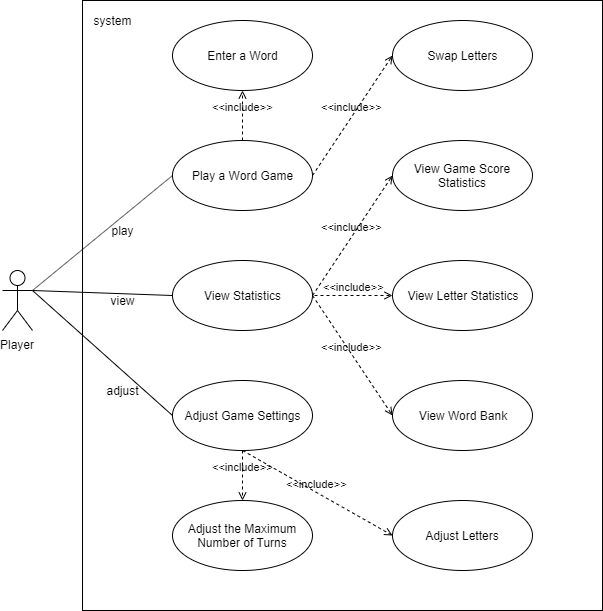
benipedia1994/WordWizardProject keeps this draw.io diagram as GroupProject/Docs/images/usecase.png. Above is the earlier version. Source tidied: cells renumbered, new cells last; positions are measured from the earlier drawing's top-left corner, leaving out a move shared by most shapes.
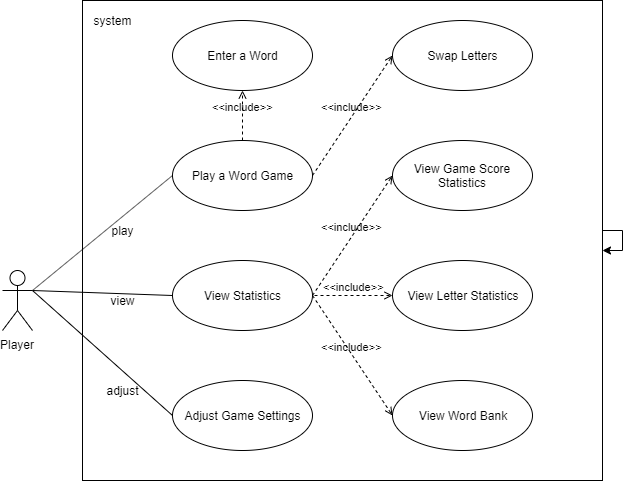
Above is the later version.

Commit message:
updated usecase.png to match the design

Change to the diagram source:
```diff
@@ -3,7 +3,7 @@
     <mxCell id="0" />
     <mxCell id="1" parent="0" />
     <mxCell id="2" style="rounded=0;whiteSpace=wrap;html=1;" parent="1" vertex="1">
-      <mxGeometry x="80" width="520" height="610" as="geometry" />
+      <mxGeometry x="80" width="520" height="480" as="geometry" />
     </mxCell>
     <mxCell id="3" value="Player" style="shape=umlActor;verticalLabelPosition=bottom;labelBackgroundColor=#ffffff;verticalAlign=top;html=1;outlineConnect=0;" parent="1" vertex="1">
       <mxGeometry y="270" width="30" height="60" as="geometry" />
@@ -55,18 +55,6 @@
     <mxCell id="18" value="Adjust Game Settings" style="ellipse;whiteSpace=wrap;html=1;" parent="1" vertex="1">
       <mxGeometry x="170" y="380" width="140" height="70" as="geometry" />
     </mxCell>
-    <mxCell id="19" value="Adjust the Maximum Number of Turns" style="ellipse;whiteSpace=wrap;html=1;" parent="1" vertex="1">
-      <mxGeometry x="170" y="500" width="140" height="70" as="geometry" />
-    </mxCell>
-    <mxCell id="20" value="Adjust Letters" style="ellipse;whiteSpace=wrap;html=1;" parent="1" vertex="1">
-      <mxGeometry x="390" y="500" width="140" height="70" as="geometry" />
-    </mxCell>
-    <mxCell id="21" value="&amp;lt;&amp;lt;include&amp;gt;&amp;gt;" style="edgeStyle=none;html=1;endArrow=open;verticalAlign=bottom;dashed=1;labelBackgroundColor=none;entryX=0;entryY=0.5;entryDx=0;entryDy=0;exitX=0.5;exitY=1;exitDx=0;exitDy=0;" parent="1" edge="1" source="18" target="20">
-      <mxGeometry relative="1" as="geometry" />
-    </mxCell>
-    <mxCell id="22" value="&amp;lt;&amp;lt;include&amp;gt;&amp;gt;" style="edgeStyle=none;html=1;endArrow=open;verticalAlign=bottom;dashed=1;labelBackgroundColor=none;exitX=0.5;exitY=1;exitDx=0;exitDy=0;" parent="1" edge="1" source="18" target="19">
-      <mxGeometry relative="1" as="geometry" />
-    </mxCell>
     <mxCell id="23" style="edgeStyle=none;html=1;endArrow=none;verticalAlign=bottom;entryX=0;entryY=0.5;entryDx=0;entryDy=0;" parent="1" edge="1" target="18">
       <mxGeometry relative="1" as="geometry">
         <mxPoint x="30" y="290" as="sourcePoint" />
@@ -84,5 +72,11 @@
     <mxCell id="27" value="system" style="text;html=1;strokeColor=none;fillColor=none;align=center;verticalAlign=middle;whiteSpace=wrap;rounded=0;" parent="1" vertex="1">
       <mxGeometry x="90" y="10.2" width="40" height="20" as="geometry" />
     </mxCell>
+    <mxCell id="28" style="edgeStyle=orthogonalEdgeStyle;rounded=0;orthogonalLoop=1;jettySize=auto;html=1;exitX=0.5;exitY=1;exitDx=0;exitDy=0;" parent="1" edge="1" source="2" target="2">
+      <mxGeometry relative="1" as="geometry" />
+    </mxCell>
+    <mxCell id="29" style="edgeStyle=orthogonalEdgeStyle;rounded=0;orthogonalLoop=1;jettySize=auto;html=1;" parent="1" edge="1" source="2" target="2">
+      <mxGeometry relative="1" as="geometry" />
+    </mxCell>
   </root>
 </mxGraphModel>
```
